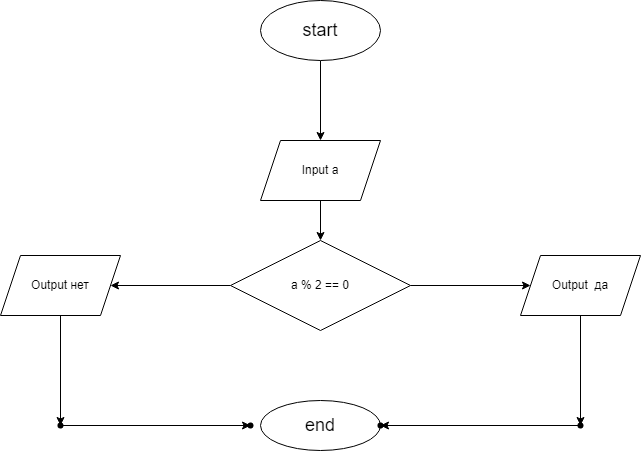
Before: scharp/Homework/Homework_01/Ex006/diagram.drawio.png, a diagram exported from draw.io (JuliaSukhova/Seminar_Ex001). Source tidied: cells renumbered, new cells last; positions are measured from the earlier drawing's top-left corner, leaving out a move shared by most shapes.
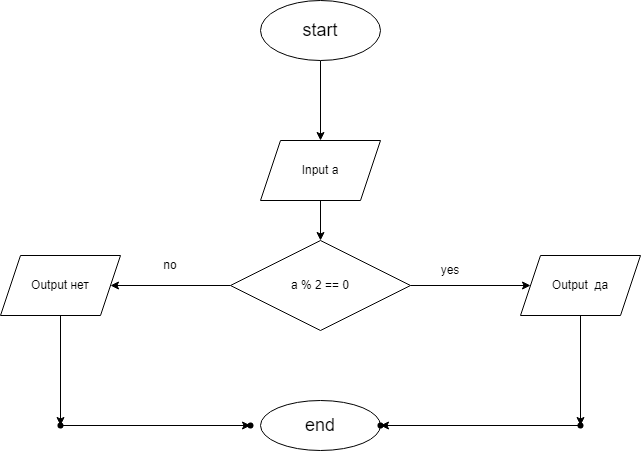
Later version of the same file.

Commit message:
Добавлено исправление в блок-схему

Change to the diagram source:
```diff
@@ -56,5 +56,11 @@
     <mxCell id="19" style="shape=waypoint;sketch=0;size=6;points=[];fillColor=default;perimeter=centerPerimeter;snapToPoint=1;" parent="1" vertex="1">
       <mxGeometry x="240" y="415" width="20" height="20" as="geometry" />
     </mxCell>
+    <mxCell id="20" value="yes" style="text;html=1;strokeColor=none;fillColor=none;align=center;verticalAlign=middle;whiteSpace=wrap;rounded=0;" parent="1" vertex="1">
+      <mxGeometry x="420" y="255" width="60" height="30" as="geometry" />
+    </mxCell>
+    <mxCell id="21" value="no" style="text;html=1;strokeColor=none;fillColor=none;align=center;verticalAlign=middle;whiteSpace=wrap;rounded=0;" parent="1" vertex="1">
+      <mxGeometry x="140" y="250" width="60" height="30" as="geometry" />
+    </mxCell>
   </root>
 </mxGraphModel>
```
